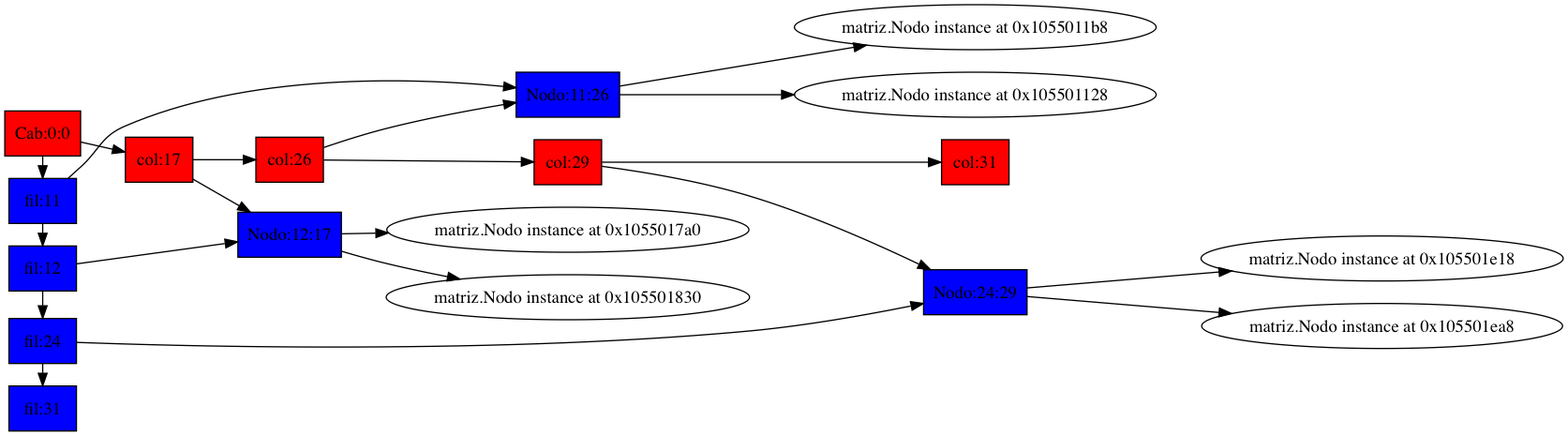
This is web/barcojugador1.dot.png from leonelyutu/ProyectoJunio2017_200819281, a Graphviz export, as it was before one commit. Its source is kept beside it as web/barcojugador1.dot.
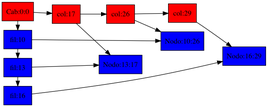
The same file after the commit.

Change to the diagram source:
```diff
@@ -1,29 +1,22 @@
 digraph g{
 rankdir=LR
-<matriz.Nodo instance at 0x1054f0488>[label =<Cab:0:0> shape =box, style=filled, fillcolor=red]
-<matriz.Nodo instance at 0x105501878>[label =<col:17> shape =box, style=filled, fillcolor=red]
-<matriz.Nodo instance at 0x105501200>[label =<col:26> shape =box, style=filled, fillcolor=red]
-<matriz.Nodo instance at 0x105501ef0>[label =<col:29> shape =box, style=filled, fillcolor=red]
-<matriz.Nodo instance at 0x1054f0440>[label =<col:31> shape =box, style=filled, fillcolor=red]
-<matriz.Nodo instance at 0x1054f0488>-><matriz.Nodo instance at 0x105501878><matriz.Nodo instance at 0x105501878>-><matriz.Nodo instance at 0x105501200><matriz.Nodo instance at 0x105501200>-><matriz.Nodo instance at 0x105501ef0><matriz.Nodo instance at 0x105501ef0>-><matriz.Nodo instance at 0x1054f0440><matriz.Nodo instance at 0x105501170>[label = <fil:11> shape =box, style=filled, fillcolor=blue]
-<matriz.Nodo instance at 0x1055017e8>[label = <fil:12> shape =box, style=filled, fillcolor=blue]
-<matriz.Nodo instance at 0x105501e60>[label = <fil:24> shape =box, style=filled, fillcolor=blue]
-<matriz.Nodo instance at 0x1054f03f8>[label = <fil:31> shape =box, style=filled, fillcolor=blue]
-<matriz.Nodo instance at 0x1054f0488>-><matriz.Nodo instance at 0x105501170><matriz.Nodo instance at 0x105501170>-><matriz.Nodo instance at 0x1055017e8><matriz.Nodo instance at 0x1055017e8>-><matriz.Nodo instance at 0x105501e60><matriz.Nodo instance at 0x105501e60>-><matriz.Nodo instance at 0x1054f03f8>subgraph{
-rank = same;<matriz.Nodo instance at 0x1054f0488>;<matriz.Nodo instance at 0x1055017e8><matriz.Nodo instance at 0x105501170>;<matriz.Nodo instance at 0x1055017e8><matriz.Nodo instance at 0x1055017e8>;<matriz.Nodo instance at 0x105501e60><matriz.Nodo instance at 0x105501e60>;<matriz.Nodo instance at 0x1054f03f8>}
-<matriz.Nodo instance at 0x105501170>-><matriz.Nodo instance at 0x105501248>
-<matriz.Nodo instance at 0x105501248>[label = <Nodo:11:26> shape =box, style=filled, fillcolor=blue]
-<matriz.Nodo instance at 0x1055017e8>-><matriz.Nodo instance at 0x1055018c0>
-<matriz.Nodo instance at 0x1055018c0>[label = <Nodo:12:17> shape =box, style=filled, fillcolor=blue]
-<matriz.Nodo instance at 0x105501e60>-><matriz.Nodo instance at 0x105501f38>
-<matriz.Nodo instance at 0x105501f38>[label = <Nodo:24:29> shape =box, style=filled, fillcolor=blue]
-<matriz.Nodo instance at 0x105501248>-><matriz.Nodo instance at 0x105501128>
-<matriz.Nodo instance at 0x1055018c0>-><matriz.Nodo instance at 0x1055017a0>
-<matriz.Nodo instance at 0x105501f38>-><matriz.Nodo instance at 0x105501e18>
-<matriz.Nodo instance at 0x105501878>-><matriz.Nodo instance at 0x1055018c0>
-<matriz.Nodo instance at 0x1055018c0>-><matriz.Nodo instance at 0x105501830>
-<matriz.Nodo instance at 0x105501200>-><matriz.Nodo instance at 0x105501248>
-<matriz.Nodo instance at 0x105501248>-><matriz.Nodo instance at 0x1055011b8>
-<matriz.Nodo instance at 0x105501ef0>-><matriz.Nodo instance at 0x105501f38>
-<matriz.Nodo instance at 0x105501f38>-><matriz.Nodo instance at 0x105501ea8>
+<matriz.Nodo instance at 0x11018b128>[label =<Cab:0:0> shape =box, style=filled, fillcolor=red]
+<matriz.Nodo instance at 0x110186e60>[label =<col:17> shape =box, style=filled, fillcolor=red]
+<matriz.Nodo instance at 0x11018bb48>[label =<col:26> shape =box, style=filled, fillcolor=red]
+<matriz.Nodo instance at 0x110186b48>[label =<col:29> shape =box, style=filled, fillcolor=red]
+<matriz.Nodo instance at 0x11018b128>-><matriz.Nodo instance at 0x110186e60><matriz.Nodo instance at 0x110186e60>-><matriz.Nodo instance at 0x11018bb48><matriz.Nodo instance at 0x11018bb48>-><matriz.Nodo instance at 0x110186b48>
+<matriz.Nodo instance at 0x11018bb00>[label = <fil:10> shape =box, style=filled, fillcolor=blue]
+<matriz.Nodo instance at 0x110186758>[label = <fil:13> shape =box, style=filled, fillcolor=blue]
+<matriz.Nodo instance at 0x110186b00>[label = <fil:16> shape =box, style=filled, fillcolor=blue]
+<matriz.Nodo instance at 0x11018b128>-><matriz.Nodo instance at 0x11018bb00><matriz.Nodo instance at 0x11018bb00>-><matriz.Nodo instance at 0x110186758><matriz.Nodo instance at 0x110186758>-><matriz.Nodo instance at 0x110186b00>subgraph{
+rank = same;<matriz.Nodo instance at 0x11018b128>;<matriz.Nodo instance at 0x110186758><matriz.Nodo instance at 0x11018bb00>;<matriz.Nodo instance at 0x110186758><matriz.Nodo instance at 0x110186758>;<matriz.Nodo instance at 0x110186b00>}
+<matriz.Nodo instance at 0x11018bb00>-><matriz.Nodo instance at 0x11018ba70>
+<matriz.Nodo instance at 0x11018ba70>[label = <Nodo:10:26> shape =box, style=filled, fillcolor=blue]
+<matriz.Nodo instance at 0x110186758>-><matriz.Nodo instance at 0x110186050>
+<matriz.Nodo instance at 0x110186050>[label = <Nodo:13:17> shape =box, style=filled, fillcolor=blue]
+<matriz.Nodo instance at 0x110186b00>-><matriz.Nodo instance at 0x1101867e8>
+<matriz.Nodo instance at 0x1101867e8>[label = <Nodo:16:29> shape =box, style=filled, fillcolor=blue]
+<matriz.Nodo instance at 0x110186e60>-><matriz.Nodo instance at 0x110186050>
+<matriz.Nodo instance at 0x11018bb48>-><matriz.Nodo instance at 0x11018ba70>
+<matriz.Nodo instance at 0x110186b48>-><matriz.Nodo instance at 0x1101867e8>
 }
```
